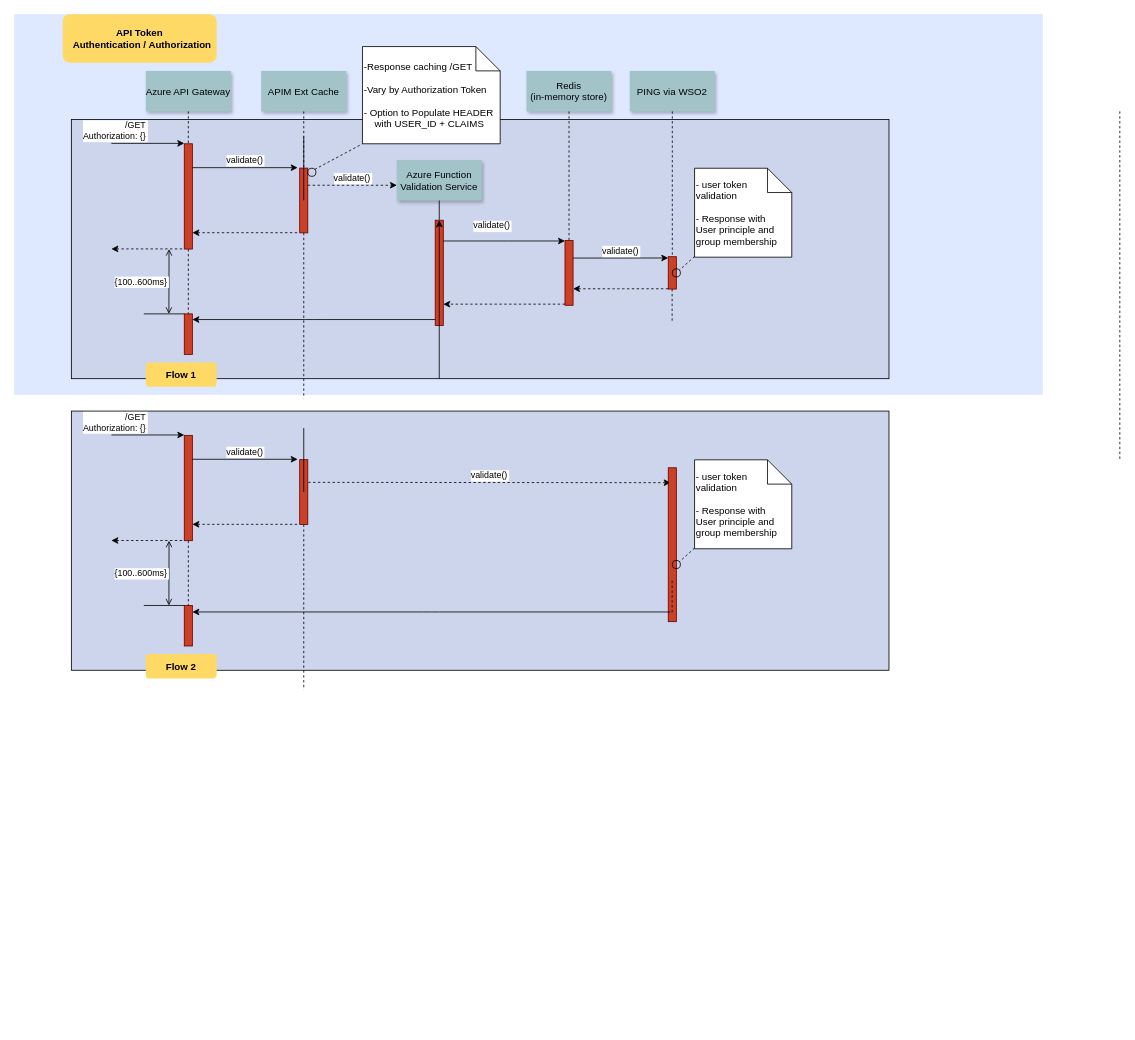
Earlier version of the draw.io diagram Micro service Auth/Authorization.drawio (neio100/orange). Source tidied: cells renumbered, new cells numbered last; positions are measured from the earlier drawing's top-left corner, leaving out a move shared by most shapes. Both pictures are drawn from the tidied source at 81%, with x=0, y=0 at pixel (14, 14).
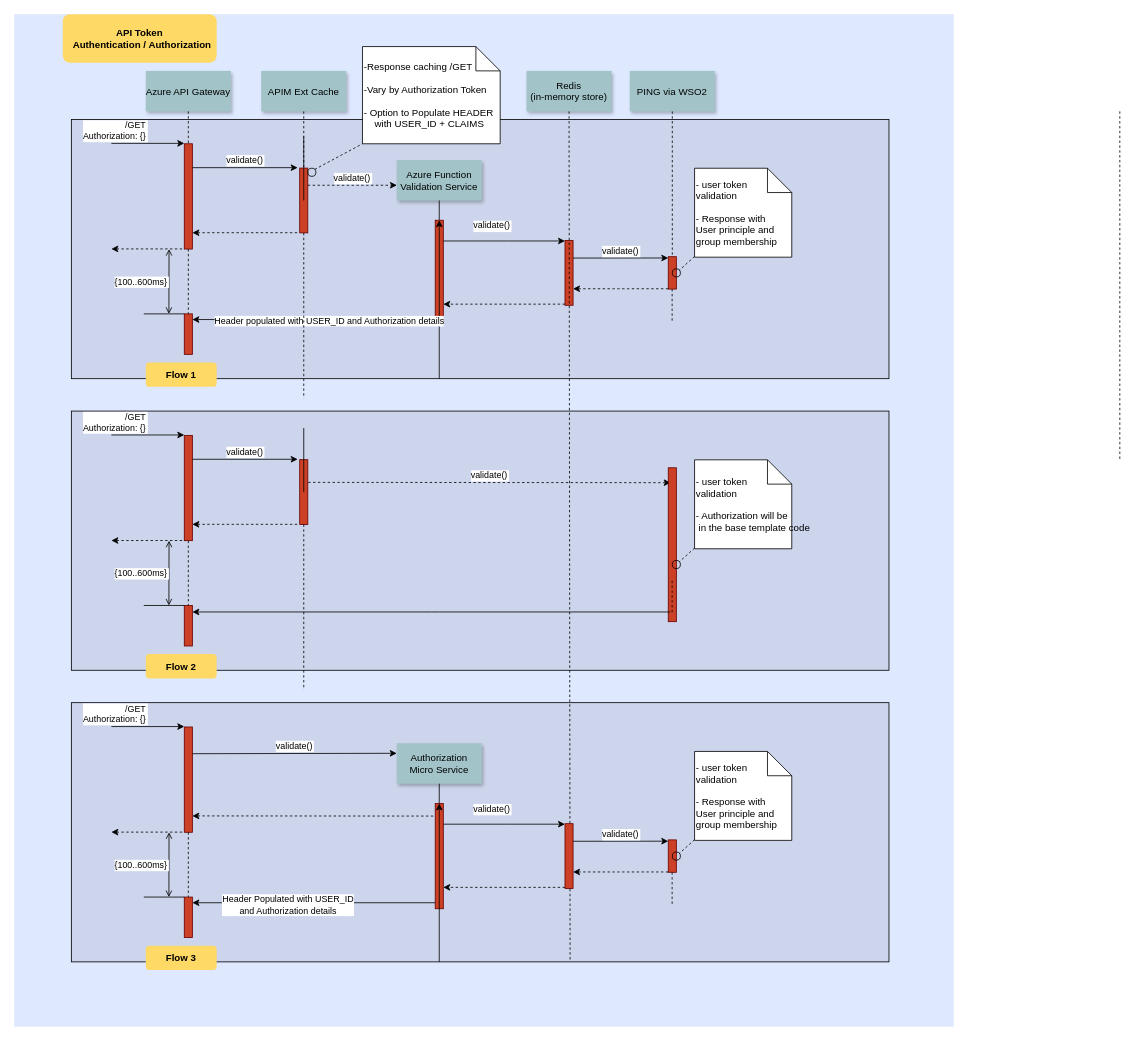
After the change.

Commit message (it also covers changes not shown here):
Update Micro service Auth/Authorization.drawio

Unchanged cells that the change refers to:
```xml
<mxCell id="18" style="fillColor=#CC4125;strokeColor=#660000;" parent="1" vertex="1">
  <mxGeometry x="680" y="279.4" width="10" height="80" as="geometry" />
</mxCell>
<mxCell id="19" value="Redis &#10;(in-memory store)" style="shadow=1;fillColor=#A2C4C9;strokeColor=none;" parent="1" vertex="1">
  <mxGeometry x="632.5" y="70" width="105" height="50" as="geometry" />
</mxCell>
<mxCell id="34" style="edgeStyle=elbowEdgeStyle;elbow=vertical;dashed=0;verticalLabelPosition=top;verticalAlign=bottom;align=right;" parent="1" edge="1" source="16" target="33">
  <mxGeometry x="190" y="329.8" as="geometry" />
</mxCell>
```

Change to the diagram source:
```diff
@@
     <mxCell id="2" style="fillColor=#DEE8FF;strokeColor=none;" parent="1" vertex="1">
-      <mxGeometry width="1270" height="470" as="geometry" />
+      <mxGeometry width="1160" height="1250" as="geometry" />
     </mxCell>
+    <mxCell id="67" style="fillColor=#CCD5EB;" parent="1" vertex="1">
+      <mxGeometry x="70.6" y="850" width="1009.4" height="320" as="geometry" />
+    </mxCell>
+    <mxCell id="46" style="fillColor=#CCD5EB;" parent="1" vertex="1">
+      <mxGeometry x="70.6" y="490" width="1009.4" height="320" as="geometry" />
+    </mxCell>
@@
-    <mxCell id="20" style="edgeStyle=none;endArrow=none;dashed=1;" parent="1" edge="1" source="19" target="18">
+    <mxCell id="20" style="edgeStyle=none;endArrow=none;dashed=1;entryX=0.61;entryY=1;entryDx=0;entryDy=0;entryPerimeter=0;" parent="1" edge="1" source="19" target="67">
       <mxGeometry x="614.5" y="175" as="geometry" />
     </mxCell>
@@
+    <mxCell id="68" style="edgeLabel;html=1;align=center;verticalAlign=middle;" parent="34" vertex="1">
+      <mxGeometry relative="1" as="geometry">
+        <mxPoint x="-35" y="1" as="offset" />
+      </mxGeometry>
+    </mxCell>
+    <mxCell id="69" value="Header populated with USER_ID and Authorization details" style="edgeLabel;html=1;align=center;verticalAlign=middle;" parent="34" vertex="1">
+      <mxGeometry relative="1" as="geometry">
+        <mxPoint x="19" y="1" as="offset" />
+      </mxGeometry>
+    </mxCell>
@@
-    <mxCell id="46" style="fillColor=#CCD5EB;" parent="1" vertex="1">
-      <mxGeometry x="70.6" y="490" width="1009.4" height="320" as="geometry" />
-    </mxCell>
@@
-    <mxCell id="57" value=" - user token&#10; validation&#10;&#10; - Response with &#10;User principle and &#10;group membership" style="shape=note;align=left;" parent="1" vertex="1">
+    <mxCell id="57" value=" - user token&#10; validation&#10;&#10; - Authorization will be&#10; in the base template code" style="shape=note;align=left;" parent="1" vertex="1">
       <mxGeometry x="840" y="550.2" width="120" height="109.8" as="geometry" />
     </mxCell>
@@
+    <mxCell id="70" style="fillColor=#CC4125;strokeColor=#660000;" parent="1" vertex="1">
+      <mxGeometry x="210" y="880" width="10" height="130" as="geometry" />
+    </mxCell>
+    <mxCell id="71" value="/GET&#10;Authorization: {}" style="edgeStyle=none;verticalLabelPosition=top;verticalAlign=bottom;labelPosition=left;align=right;" parent="1" edge="1">
+      <mxGeometry x="110" y="769.5" as="geometry">
+        <mxPoint x="120" y="879.5" as="sourcePoint" />
+        <mxPoint x="210" y="879.5" as="targetPoint" />
+      </mxGeometry>
+    </mxCell>
+    <mxCell id="72" value="validate()" style="edgeStyle=none;verticalLabelPosition=top;verticalAlign=bottom;entryX=0;entryY=0.25;entryDx=0;entryDy=0;" parent="1" edge="1" target="75">
+      <mxGeometry x="220" y="812" as="geometry">
+        <mxPoint x="220" y="913" as="sourcePoint" />
+      </mxGeometry>
+    </mxCell>
+    <mxCell id="73" style="edgeStyle=none;verticalLabelPosition=top;verticalAlign=bottom;endArrow=none;startArrow=classic;dashed=1;" parent="1" edge="1">
+      <mxGeometry x="220" y="892.3" as="geometry">
+        <mxPoint x="220" y="989.8" as="sourcePoint" />
+        <mxPoint x="520" y="990" as="targetPoint" />
+      </mxGeometry>
+    </mxCell>
+    <mxCell id="74" style="edgeStyle=none;verticalLabelPosition=top;verticalAlign=bottom;labelPosition=left;align=right;endArrow=none;startArrow=classic;dashed=1;" parent="1" edge="1">
+      <mxGeometry x="110" y="899.8" as="geometry">
+        <mxPoint x="120" y="1009.8" as="sourcePoint" />
+        <mxPoint x="210" y="1009.8" as="targetPoint" />
+      </mxGeometry>
+    </mxCell>
+    <mxCell id="75" value="Authorization &#10;Micro Service" style="shadow=1;fillColor=#A2C4C9;strokeColor=none;" parent="1" vertex="1">
+      <mxGeometry x="472.3" y="900" width="105" height="50" as="geometry" />
+    </mxCell>
+    <mxCell id="76" style="edgeStyle=none;endArrow=none;" parent="1" edge="1" source="75" target="77">
+      <mxGeometry x="437" y="990" as="geometry" />
+    </mxCell>
+    <mxCell id="77" style="fillColor=#CC4125;strokeColor=#660000;" parent="1" vertex="1">
+      <mxGeometry x="519.8" y="974.4" width="10" height="130" as="geometry" />
+    </mxCell>
+    <mxCell id="78" style="edgeStyle=elbowEdgeStyle;elbow=vertical;verticalLabelPosition=top;verticalAlign=bottom;startArrow=none;" parent="1" edge="1" source="67" target="77">
+      <mxGeometry x="350" y="1010" as="geometry" />
+    </mxCell>
+    <mxCell id="79" style="fillColor=#CC4125;strokeColor=#660000;" parent="1" vertex="1">
+      <mxGeometry x="680" y="999.4" width="10" height="80" as="geometry" />
+    </mxCell>
+    <mxCell id="80" style="fillColor=#CC4125;strokeColor=#660000;" parent="1" vertex="1">
+      <mxGeometry x="807.5" y="1019.4" width="10" height="40" as="geometry" />
+    </mxCell>
+    <mxCell id="81" value="validate()" style="edgeStyle=elbowEdgeStyle;elbow=vertical;verticalLabelPosition=top;verticalAlign=bottom;" parent="1" edge="1" source="77" target="79">
+      <mxGeometry y="720" as="geometry">
+        <Array as="points">
+          <mxPoint x="600" y="1000" />
+        </Array>
+        <mxPoint x="-15" y="-10" as="offset" />
+      </mxGeometry>
+    </mxCell>
+    <mxCell id="82" style="edgeStyle=elbowEdgeStyle;elbow=vertical;dashed=1;verticalLabelPosition=bottom;verticalAlign=top;" parent="1" edge="1" source="79" target="77">
+      <mxGeometry x="550" y="1000" as="geometry">
+        <Array as="points">
+          <mxPoint x="603" y="1078" />
+        </Array>
+      </mxGeometry>
+    </mxCell>
+    <mxCell id="83" value="validate()" style="edgeStyle=elbowEdgeStyle;elbow=vertical;verticalLabelPosition=top;verticalAlign=bottom;" parent="1" edge="1">
+      <mxGeometry x="550" y="981.7" as="geometry">
+        <mxPoint x="690" y="1021.1" as="sourcePoint" />
+        <mxPoint x="807.5" y="1021.1" as="targetPoint" />
+      </mxGeometry>
+    </mxCell>
+    <mxCell id="84" style="edgeStyle=elbowEdgeStyle;elbow=vertical;dashed=1;verticalLabelPosition=bottom;verticalAlign=top;" parent="1" edge="1">
+      <mxGeometry x="560" y="1029.7" as="geometry">
+        <mxPoint x="807.5" y="1059" as="sourcePoint" />
+        <mxPoint x="690" y="1059" as="targetPoint" />
+      </mxGeometry>
+    </mxCell>
+    <mxCell id="85" style="edgeStyle=elbowEdgeStyle;elbow=horizontal;endArrow=none;dashed=1;" parent="1" edge="1">
+      <mxGeometry x="932.3" y="960" as="geometry">
+        <mxPoint x="812.3" y="1059.4" as="sourcePoint" />
+        <mxPoint x="812.3" y="1100" as="targetPoint" />
+        <Array as="points">
+          <mxPoint x="812.3" y="1080" />
+        </Array>
+      </mxGeometry>
+    </mxCell>
+    <mxCell id="86" style="ellipse;fillColor=none;" parent="1" vertex="1">
+      <mxGeometry x="812.5" y="1034.4" width="10" height="10" as="geometry" />
+    </mxCell>
+    <mxCell id="87" value=" - user token&#10; validation&#10;&#10; - Response with &#10;User principle and &#10;group membership" style="shape=note;align=left;" parent="1" vertex="1">
+      <mxGeometry x="840" y="910.2" width="120" height="109.8" as="geometry" />
+    </mxCell>
+    <mxCell id="88" style="edgeStyle=none;endArrow=none;dashed=1;" parent="1" edge="1" source="87" target="86">
+      <mxGeometry x="1030" y="900" as="geometry" />
+    </mxCell>
+    <mxCell id="89" style="fillColor=#CC4125;strokeColor=#660000;" parent="1" vertex="1">
+      <mxGeometry x="210" y="1090" width="10" height="50" as="geometry" />
+    </mxCell>
+    <mxCell id="90" style="edgeStyle=elbowEdgeStyle;elbow=vertical;dashed=0;verticalLabelPosition=top;verticalAlign=bottom;align=right;" parent="1" edge="1" source="77" target="89">
+      <mxGeometry x="190" y="1049.8" as="geometry" />
+    </mxCell>
+    <mxCell id="91" value="Header Populated with USER_ID&lt;br&gt;and Authorization details" style="edgeLabel;html=1;align=center;verticalAlign=middle;" parent="90" vertex="1">
+      <mxGeometry relative="1" as="geometry">
+        <mxPoint x="-32" y="2" as="offset" />
+      </mxGeometry>
+    </mxCell>
+    <mxCell id="92" style="edgeStyle=none;dashed=1;endArrow=none;" parent="1" edge="1" source="70" target="89">
+      <mxGeometry x="50" y="1020" as="geometry" />
+    </mxCell>
+    <mxCell id="93" style="edgeStyle=elbowEdgeStyle;elbow=vertical;endArrow=none;" parent="1" edge="1" source="89">
+      <mxGeometry x="60" y="1030" as="geometry">
+        <mxPoint x="160" y="1090" as="targetPoint" />
+      </mxGeometry>
+    </mxCell>
+    <mxCell id="94" value="{100..600ms}" style="edgeStyle=elbowEdgeStyle;elbow=horizontal;startArrow=open;endArrow=open;labelPosition=left;align=right;" parent="1" edge="1">
+      <mxGeometry x="61.2" y="1010" as="geometry">
+        <mxPoint x="191.2" y="1010" as="sourcePoint" />
+        <mxPoint x="191.2" y="1090" as="targetPoint" />
+      </mxGeometry>
+    </mxCell>
+    <mxCell id="95" value="Flow 3" style="rounded=1;fontStyle=1;fillColor=#FFD966;strokeColor=none;" parent="1" vertex="1">
+      <mxGeometry x="162.5" y="1150" width="87.5" height="30" as="geometry" />
+    </mxCell>
```
